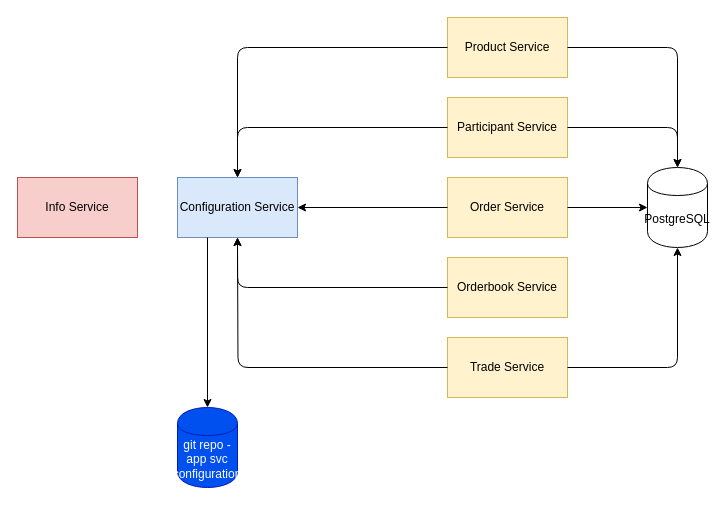
Before: page "ServiceLevelAlternate" (5 of 12) of financial-exchange-docs/finex-software-architecture.drawio in hthakkar275/finexv2, a draw.io diagram. Source tidied: cells renumbered, new cells numbered last; positions are measured from the earlier drawing's top-left corner, leaving out a move shared by most shapes. Both pictures are drawn from the tidied source at 100%, with x=0, y=0 at pixel (17, 17).
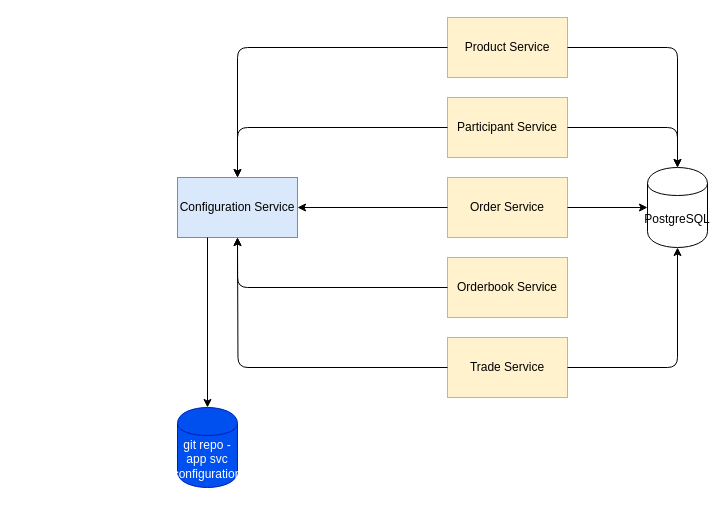
After the change.

The edit, as a diff of the source:
```diff
@@
-    <mxCell id="8" value="Info Service" style="rounded=0;whiteSpace=wrap;html=1;fillColor=#f8cecc;strokeColor=#b85450;" parent="1" vertex="1">
-      <mxGeometry y="160" width="120" height="60" as="geometry" />
-    </mxCell>
```
